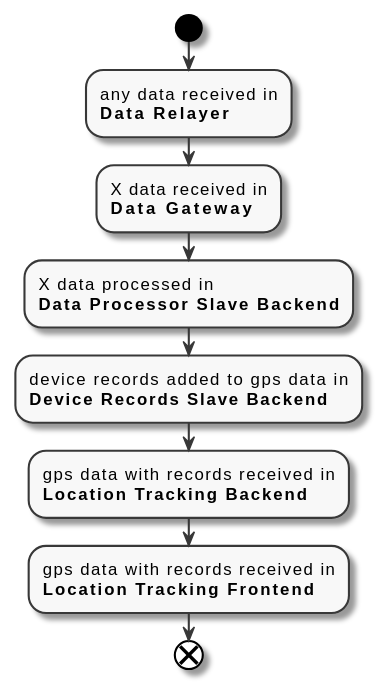
Before: docs/diagrams/data-flow.svg, a diagram exported from PlantUML (FilipeMCruz/sensae-console).
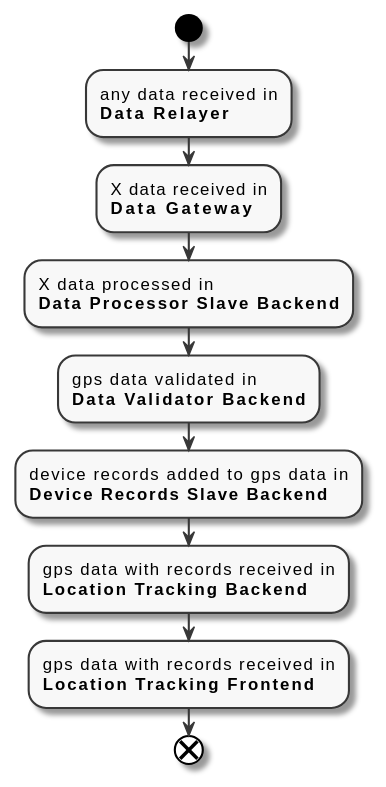
After the commit.

The edit, as a diff of the source:
```diff
@@ -6,6 +6,7 @@
 :any data received in\n**Data Relayer**;
 :X data received in\n**Data Gateway**;
 :X data processed in\n**Data Processor Slave Backend**;
+:gps data validated in\n**Data Validator Backend**;
 :device records added to gps data in\n**Device Records Slave Backend**;
 :gps data with records received in\n**Location Tracking Backend**;
 :gps data with records received in\n**Location Tracking Frontend**;
```
